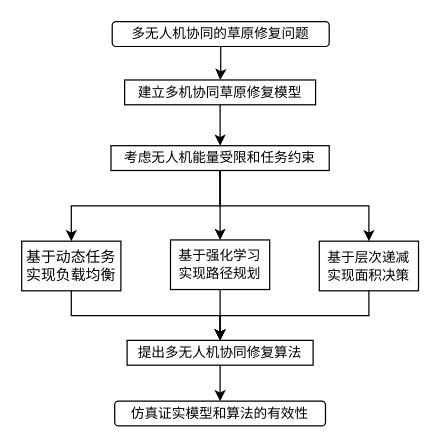
Earlier version of the draw.io diagram graduate/Process/ProcessOn.drawio (VictoryHero/DrawIO). Source tidied: cells renumbered, new cells numbered last; positions are measured from the earlier drawing's top-left corner, leaving out a move shared by most shapes. Both pictures are drawn from the tidied source at 124%, with x=0, y=0 at pixel (21, 21).
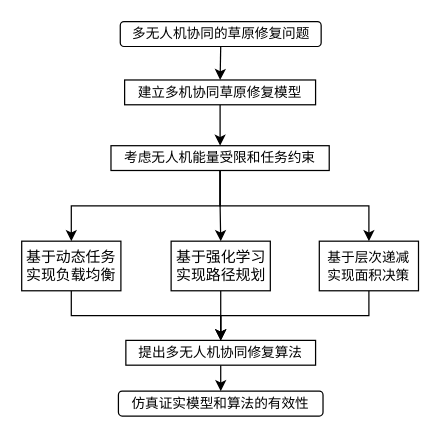
After the change.

What changed in the source:
```diff
@@
 <mxGraphModel>
   <root>
     <mxCell id="0" />
     <mxCell id="1" parent="0" />
-    <mxCell id="2" style="edgeStyle=orthogonalEdgeStyle;rounded=0;jettySize=auto;html=1;exitX=0.5;exitY=1;exitDx=0;exitDy=0;" parent="1" edge="1" source="3" target="5">
+    <mxCell id="2" style="edgeStyle=orthogonalEdgeStyle;rounded=0;jettySize=auto;html=1;exitX=0.5;exitY=1;exitDx=0;exitDy=0;entryX=0.5;entryY=0;entryDx=0;entryDy=0;fontFamily=宋体;fontSize=12;" parent="1" edge="1" source="3" target="5">
       <mxGeometry relative="1" as="geometry" />
     </mxCell>
-    <mxCell id="3" value="&lt;font style=&quot;font-size: 11px;&quot; face=&quot;宋体&quot;&gt;多无人机协同的草原修复问题&lt;/font&gt;" style="rounded=1;whiteSpace=wrap;html=1;glass=0;shadow=0;sketch=0;gradientColor=none;" parent="1" vertex="1">
-      <mxGeometry x="73" width="175" height="20" as="geometry" />
+    <mxCell id="3" value="&lt;font style=&quot;font-size: 11px;&quot; face=&quot;宋体&quot;&gt;多无人机协同的草原修复问题&lt;/font&gt;" style="rounded=1;whiteSpace=wrap;html=1;glass=0;shadow=0;sketch=0;gradientColor=none;align=center;" parent="1" vertex="1">
+      <mxGeometry x="79.5" width="162" height="20" as="geometry" />
     </mxCell>
     <mxCell id="4" style="edgeStyle=orthogonalEdgeStyle;rounded=0;jettySize=auto;html=1;exitX=0.5;exitY=1;exitDx=0;exitDy=0;" parent="1" edge="1" source="5" target="9">
       <mxGeometry relative="1" as="geometry" />
     </mxCell>
     <mxCell id="5" value="&lt;font style=&quot;font-size: 11px;&quot; face=&quot;宋体&quot;&gt;建立多机协同草原修复模型&lt;/font&gt;" style="rounded=0;whiteSpace=wrap;html=1;" parent="1" vertex="1">
       <mxGeometry x="83" y="47" width="154" height="20" as="geometry" />
     </mxCell>
     <mxCell id="6" style="edgeStyle=orthogonalEdgeStyle;rounded=0;jettySize=auto;html=1;exitX=0.5;exitY=1;exitDx=0;exitDy=0;" parent="1" edge="1" source="9" target="13">
       <mxGeometry relative="1" as="geometry" />
     </mxCell>
     <mxCell id="7" style="edgeStyle=orthogonalEdgeStyle;rounded=0;jettySize=auto;html=1;exitX=0.5;exitY=1;exitDx=0;exitDy=0;entryX=0.5;entryY=0;entryDx=0;entryDy=0;" parent="1" edge="1" source="9" target="15">
       <mxGeometry relative="1" as="geometry" />
     </mxCell>
     <mxCell id="8" style="edgeStyle=orthogonalEdgeStyle;rounded=0;jettySize=auto;html=1;exitX=0.5;exitY=1;exitDx=0;exitDy=0;entryX=0.5;entryY=0;entryDx=0;entryDy=0;" parent="1" edge="1" source="9" target="11">
       <mxGeometry relative="1" as="geometry" />
     </mxCell>
     <mxCell id="9" value="&lt;font style=&quot;font-size: 11px;&quot; face=&quot;宋体&quot;&gt;考虑无人机能量受限和任务约束&lt;/font&gt;" style="rounded=0;whiteSpace=wrap;html=1;" parent="1" vertex="1">
       <mxGeometry x="72" y="100" width="176" height="20" as="geometry" />
     </mxCell>
-    <mxCell id="10" style="edgeStyle=orthogonalEdgeStyle;rounded=0;jettySize=auto;html=1;exitX=0.5;exitY=1;exitDx=0;exitDy=0;entryX=0.5;entryY=0;entryDx=0;entryDy=0;" parent="1" edge="1" source="11" target="17">
+    <mxCell id="10" style="edgeStyle=orthogonalEdgeStyle;rounded=0;jettySize=auto;html=1;exitX=0.5;exitY=1;exitDx=0;exitDy=0;fontFamily=宋体;fontSize=12;" parent="1" edge="1" source="11" target="17">
       <mxGeometry relative="1" as="geometry" />
     </mxCell>
-    <mxCell id="11" value="&lt;font face=&quot;宋体&quot; style=&quot;font-size: 11px;&quot;&gt;基于强化学习&lt;br style=&quot;font-size: 11px;&quot;&gt;实现路径规划&lt;/font&gt;" style="rounded=0;whiteSpace=wrap;html=1;fontSize=11;" parent="1" vertex="1">
-      <mxGeometry x="120" y="176" width="80" height="40" as="geometry" />
+    <mxCell id="11" value="&lt;font face=&quot;宋体&quot; style=&quot;font-size: 12px;&quot;&gt;基于强化学习&lt;br style=&quot;font-size: 11px;&quot;&gt;实现路径规划&lt;/font&gt;" style="rounded=0;whiteSpace=wrap;html=1;fontSize=11;" parent="1" vertex="1">
+      <mxGeometry x="120.5" y="177" width="80" height="40" as="geometry" />
     </mxCell>
     <mxCell id="12" style="edgeStyle=orthogonalEdgeStyle;rounded=0;jettySize=auto;html=1;exitX=0.5;exitY=1;exitDx=0;exitDy=0;" parent="1" edge="1" source="13" target="17">
       <mxGeometry relative="1" as="geometry" />
     </mxCell>
     <mxCell id="13" value="&lt;font face=&quot;宋体&quot;&gt;基于动态任务&lt;br&gt;实现负载均衡&lt;/font&gt;" style="rounded=0;whiteSpace=wrap;html=1;" parent="1" vertex="1">
       <mxGeometry y="177" width="80" height="40" as="geometry" />
     </mxCell>
     <mxCell id="14" style="edgeStyle=orthogonalEdgeStyle;rounded=0;jettySize=auto;html=1;exitX=0.5;exitY=1;exitDx=0;exitDy=0;entryX=0.5;entryY=0;entryDx=0;entryDy=0;" parent="1" edge="1" source="15" target="17">
       <mxGeometry relative="1" as="geometry" />
     </mxCell>
     <mxCell id="15" value="&lt;font style=&quot;font-size: 11px;&quot; face=&quot;宋体&quot;&gt;基于层次递减&lt;br style=&quot;font-size: 11px;&quot;&gt;实现面积决策&lt;/font&gt;" style="rounded=0;whiteSpace=wrap;html=1;" parent="1" vertex="1">
       <mxGeometry x="240" y="177" width="80" height="40" as="geometry" />
     </mxCell>
-    <mxCell id="16" style="edgeStyle=orthogonalEdgeStyle;rounded=0;jettySize=auto;html=1;exitX=0.5;exitY=1;exitDx=0;exitDy=0;entryX=0.5;entryY=0;entryDx=0;entryDy=0;" parent="1" edge="1" source="17" target="18">
+    <mxCell id="16" style="edgeStyle=orthogonalEdgeStyle;rounded=0;jettySize=auto;html=1;exitX=0.5;exitY=1;exitDx=0;exitDy=0;entryX=0.5;entryY=0;entryDx=0;entryDy=0;fontFamily=宋体;fontSize=12;" parent="1" edge="1" source="17" target="18">
       <mxGeometry relative="1" as="geometry" />
     </mxCell>
     <mxCell id="17" value="&lt;font style=&quot;font-size: 11px;&quot; face=&quot;宋体&quot;&gt;提出多无人机协同修复算法&lt;/font&gt;" style="rounded=0;whiteSpace=wrap;html=1;" parent="1" vertex="1">
-      <mxGeometry x="85" y="257" width="150" height="20" as="geometry" />
+      <mxGeometry x="84" y="257" width="153" height="20" as="geometry" />
     </mxCell>
     <mxCell id="18" value="&lt;font style=&quot;font-size: 11px;&quot; face=&quot;宋体&quot;&gt;仿真证实模型和算法的有效性&lt;/font&gt;" style="rounded=1;whiteSpace=wrap;html=1;glass=0;shadow=0;sketch=0;gradientColor=none;" parent="1" vertex="1">
-      <mxGeometry x="75" y="306" width="170" height="20" as="geometry" />
+      <mxGeometry x="78" y="298" width="165" height="20" as="geometry" />
     </mxCell>
   </root>
 </mxGraphModel>
```
